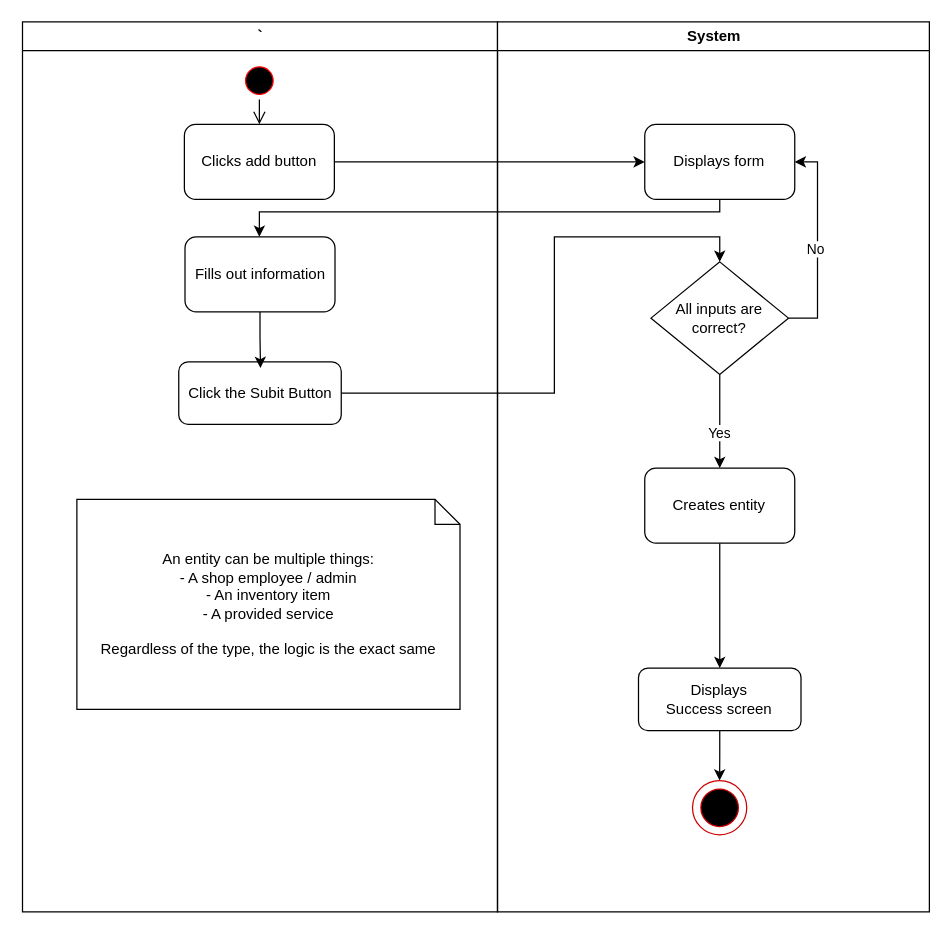
Awrmani/AutoQuotes keeps this draw.io diagram as Activity_Diagrams/Internal/AddEntity.drawio. Above is the earlier version. Source tidied: cells renumbered, new cells numbered last; positions are measured from the earlier drawing's top-left corner, leaving out a move shared by most shapes. Both pictures are drawn from the tidied source at 125%, with x=0, y=0 at pixel (21, 21).
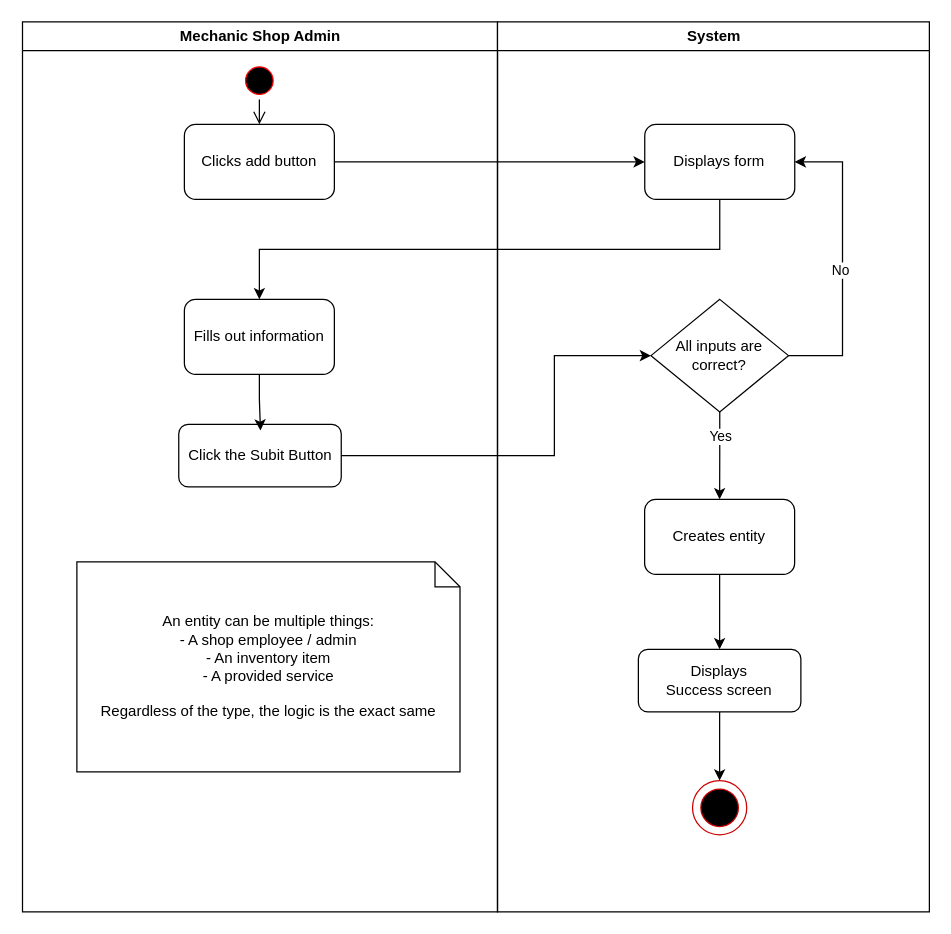
Above is the later version.

Unchanged cells that the change refers to:
```xml
<mxCell id="10" value="System" style="swimlane;whiteSpace=wrap;" parent="1" vertex="1">
  <mxGeometry x="380.5" width="345.5" height="712" as="geometry" />
</mxCell>
<mxCell id="11" style="edgeStyle=orthogonalEdgeStyle;rounded=0;jettySize=auto;html=1;entryX=0.5;entryY=0;entryDx=0;entryDy=0;" parent="10" edge="1" source="13" target="19">
  <mxGeometry relative="1" as="geometry" />
</mxCell>
<mxCell id="16" value="Displays form" style="rounded=1;whiteSpace=wrap;html=1;" parent="10" vertex="1">
  <mxGeometry x="117.8" y="82" width="120" height="60" as="geometry" />
</mxCell>
```

The edit, as a diff of the source:
```diff
@@
-    <mxCell id="2" value="`" style="swimlane;whiteSpace=wrap;" parent="1" vertex="1">
+    <mxCell id="2" value="Mechanic Shop Admin" style="swimlane;whiteSpace=wrap;" parent="1" vertex="1">
       <mxGeometry x="0.5" width="380" height="712" as="geometry" />
     </mxCell>
@@
     <mxCell id="5" value="Click the Subit Button" style="rounded=1;whiteSpace=wrap;html=1;" parent="2" vertex="1">
-      <mxGeometry x="125" y="272" width="130" height="50" as="geometry" />
+      <mxGeometry x="125" y="322" width="130" height="50" as="geometry" />
     </mxCell>
@@
     <mxCell id="8" value="Fills out information" style="rounded=1;whiteSpace=wrap;html=1;" parent="2" vertex="1">
-      <mxGeometry x="130" y="172" width="120" height="60" as="geometry" />
+      <mxGeometry x="129.5" y="222" width="120" height="60" as="geometry" />
     </mxCell>
     <mxCell id="9" value="An entity can be multiple things:&lt;br&gt;- A shop employee / admin&lt;br&gt;- An inventory item&lt;br&gt;- A provided service&lt;br&gt;&lt;br&gt;Regardless of the type, the logic is the exact same" style="shape=note;size=20;whiteSpace=wrap;html=1;" parent="2" vertex="1">
-      <mxGeometry x="43.5" y="382" width="306.5" height="168" as="geometry" />
+      <mxGeometry x="43.5" y="432" width="306.5" height="168" as="geometry" />
     </mxCell>
@@
     <mxCell id="12" value="Yes" style="edgeLabel;html=1;align=center;verticalAlign=middle;" parent="11" vertex="1">
-      <mxGeometry x="0.23" y="-1" relative="1" as="geometry" />
+      <mxGeometry x="0.23" y="-1" relative="1" as="geometry">
+        <mxPoint x="1" y="-23" as="offset" />
+      </mxGeometry>
     </mxCell>
     <mxCell id="13" value="All inputs are correct?" style="rhombus;whiteSpace=wrap;html=1;fontSize=12;strokeColor=default;fillColor=default;" parent="10" vertex="1">
-      <mxGeometry x="122.8" y="192" width="110" height="90" as="geometry" />
+      <mxGeometry x="122.8" y="222" width="110" height="90" as="geometry" />
     </mxCell>
@@
     <mxCell id="15" value="Displays&lt;br&gt;Success screen" style="rounded=1;whiteSpace=wrap;html=1;" parent="10" vertex="1">
-      <mxGeometry x="112.8" y="517" width="130" height="50" as="geometry" />
+      <mxGeometry x="112.7" y="502" width="130" height="50" as="geometry" />
     </mxCell>
@@
     <mxCell id="17" style="edgeStyle=orthogonalEdgeStyle;rounded=0;jettySize=auto;html=1;exitX=1;exitY=0.5;exitDx=0;exitDy=0;entryX=1;entryY=0.5;entryDx=0;entryDy=0;" parent="10" edge="1" source="13" target="16">
       <mxGeometry relative="1" as="geometry">
         <Array as="points">
-          <mxPoint x="256" y="112" />
+          <mxPoint x="276" y="267" />
+          <mxPoint x="276" y="112" />
         </Array>
       </mxGeometry>
     </mxCell>
@@
     <mxCell id="19" value="Creates entity" style="rounded=1;whiteSpace=wrap;html=1;" parent="10" vertex="1">
-      <mxGeometry x="117.8" y="357" width="120" height="60" as="geometry" />
+      <mxGeometry x="117.7" y="382" width="120" height="60" as="geometry" />
     </mxCell>
@@
-    <mxCell id="24" style="edgeStyle=orthogonalEdgeStyle;rounded=0;jettySize=auto;html=1;entryX=0.5;entryY=0;entryDx=0;entryDy=0;" parent="1" edge="1" source="5" target="13">
+    <mxCell id="24" style="edgeStyle=orthogonalEdgeStyle;rounded=0;jettySize=auto;html=1;entryX=0;entryY=0.5;entryDx=0;entryDy=0;" parent="1" edge="1" source="5" target="13">
       <mxGeometry relative="1" as="geometry">
         <Array as="points">
-          <mxPoint x="426" y="297" />
-          <mxPoint x="426" y="172" />
-          <mxPoint x="558" y="172" />
+          <mxPoint x="426" y="347" />
+          <mxPoint x="426" y="267" />
         </Array>
       </mxGeometry>
     </mxCell>
@@
     <mxCell id="26" style="edgeStyle=orthogonalEdgeStyle;rounded=0;jettySize=auto;html=1;exitX=0.5;exitY=1;exitDx=0;exitDy=0;" parent="1" edge="1" source="16" target="8">
       <mxGeometry relative="1" as="geometry">
         <Array as="points">
-          <mxPoint x="558" y="152" />
-          <mxPoint x="190" y="152" />
+          <mxPoint x="558" y="182" />
+          <mxPoint x="190" y="182" />
         </Array>
       </mxGeometry>
     </mxCell>
```
